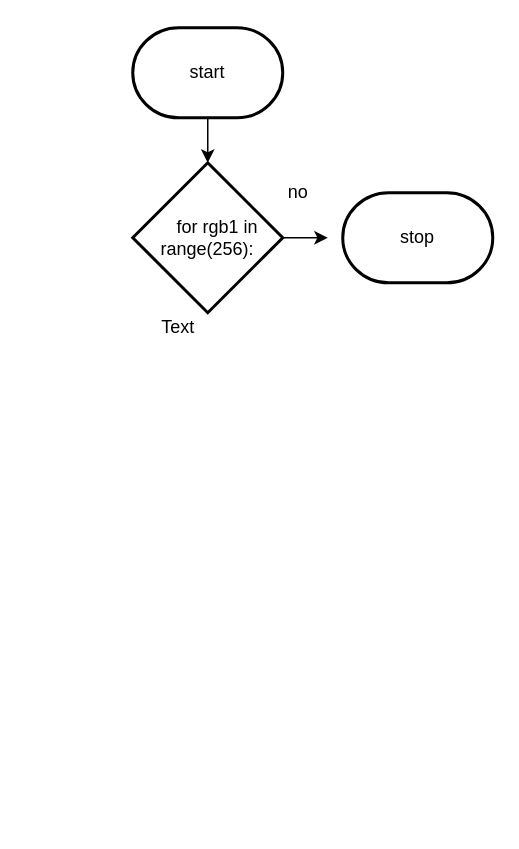
Emmanuel-Fofeyin/ICS3U-Unit4-06-Python keeps this draw.io diagram as design/flowchart.drawio. Above is the earlier version. Source tidied: cells renumbered, new cells numbered last; positions are measured from the earlier drawing's top-left corner, leaving out a move shared by most shapes. Both pictures are drawn from the tidied source at 150%, with x=0, y=0 at pixel (132, 27).
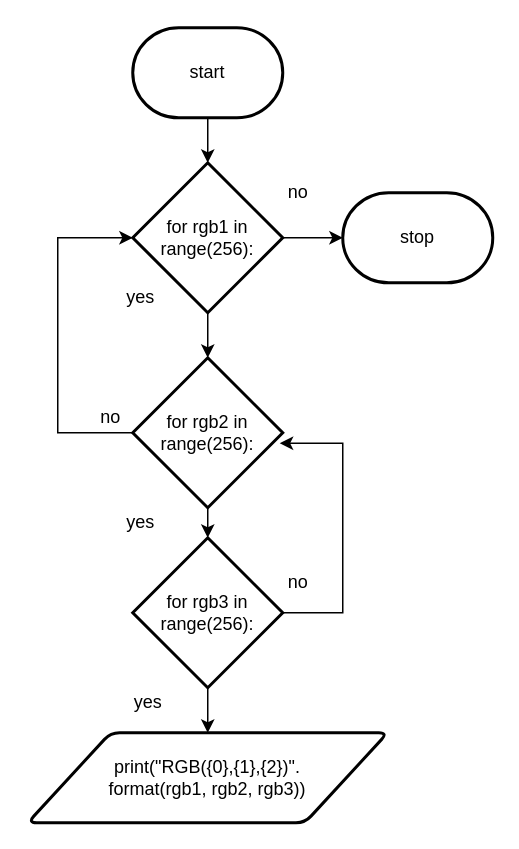
Above is the later version.

Unchanged cells that the change refers to:
```xml
<mxCell id="7" value="stop" style="strokeWidth=2;html=1;shape=mxgraph.flowchart.terminator;whiteSpace=wrap;" parent="1" vertex="1">
  <mxGeometry x="140" y="110" width="100" height="60" as="geometry" />
</mxCell>
```

What changed in the source:
```diff
@@
-    <mxCell id="4" style="edgeStyle=none;html=1;" parent="1" edge="1" source="5">
-      <mxGeometry relative="1" as="geometry">
-        <mxPoint x="130" y="140" as="targetPoint" />
-      </mxGeometry>
+    <mxCell id="4" style="edgeStyle=none;html=1;entryX=0;entryY=0.5;entryDx=0;entryDy=0;entryPerimeter=0;" parent="1" edge="1" source="5" target="7">
+      <mxGeometry relative="1" as="geometry" />
     </mxCell>
+    <mxCell id="9" style="edgeStyle=none;html=1;entryX=0.5;entryY=0;entryDx=0;entryDy=0;entryPerimeter=0;" parent="1" edge="1" source="5" target="12">
+      <mxGeometry relative="1" as="geometry">
+        <Array as="points">
+          <mxPoint x="50" y="210" />
+        </Array>
+      </mxGeometry>
+    </mxCell>
-    <mxCell id="5" value="&lt;div&gt;&amp;nbsp; &amp;nbsp; for rgb1 in range(256):&lt;/div&gt;" style="strokeWidth=2;html=1;shape=mxgraph.flowchart.decision;whiteSpace=wrap;" parent="1" vertex="1">
+    <mxCell id="5" value="&lt;div&gt;for rgb1 in range(256):&lt;/div&gt;" style="strokeWidth=2;html=1;shape=mxgraph.flowchart.decision;whiteSpace=wrap;" parent="1" vertex="1">
       <mxGeometry y="90" width="100" height="100" as="geometry" />
     </mxCell>
@@
-    <mxCell id="8" value="Text" style="text;html=1;align=center;verticalAlign=middle;strokeColor=none;fillColor=none;" parent="1" vertex="1">
-      <mxGeometry x="10" y="190" width="40" height="20" as="geometry" />
+    <mxCell id="8" value="yes" style="text;html=1;align=center;verticalAlign=middle;strokeColor=none;fillColor=none;" parent="1" vertex="1">
+      <mxGeometry x="-10" y="170" width="30" height="20" as="geometry" />
     </mxCell>
+    <mxCell id="10" style="edgeStyle=none;html=1;entryX=0;entryY=0.5;entryDx=0;entryDy=0;entryPerimeter=0;rounded=0;exitX=0;exitY=0.5;exitDx=0;exitDy=0;exitPerimeter=0;" parent="1" edge="1" source="12" target="5">
+      <mxGeometry relative="1" as="geometry">
+        <Array as="points">
+          <mxPoint x="-50" y="270" />
+          <mxPoint x="-50" y="140" />
+        </Array>
+      </mxGeometry>
+    </mxCell>
+    <mxCell id="11" style="edgeStyle=none;rounded=0;html=1;entryX=0.5;entryY=0;entryDx=0;entryDy=0;entryPerimeter=0;" parent="1" edge="1" source="12" target="17">
+      <mxGeometry relative="1" as="geometry" />
+    </mxCell>
+    <mxCell id="12" value="for rgb2 in range(256):" style="strokeWidth=2;html=1;shape=mxgraph.flowchart.decision;whiteSpace=wrap;" parent="1" vertex="1">
+      <mxGeometry y="220" width="100" height="100" as="geometry" />
+    </mxCell>
+    <mxCell id="13" value="no" style="text;html=1;align=center;verticalAlign=middle;strokeColor=none;fillColor=none;" parent="1" vertex="1">
+      <mxGeometry x="-30" y="250" width="30" height="20" as="geometry" />
+    </mxCell>
+    <mxCell id="14" value="yes" style="text;html=1;align=center;verticalAlign=middle;strokeColor=none;fillColor=none;" parent="1" vertex="1">
+      <mxGeometry x="-10" y="320" width="30" height="20" as="geometry" />
+    </mxCell>
+    <mxCell id="15" style="edgeStyle=none;rounded=0;html=1;entryX=0.98;entryY=0.57;entryDx=0;entryDy=0;entryPerimeter=0;exitX=1;exitY=0.5;exitDx=0;exitDy=0;exitPerimeter=0;" parent="1" edge="1" source="17" target="12">
+      <mxGeometry relative="1" as="geometry">
+        <Array as="points">
+          <mxPoint x="140" y="390" />
+          <mxPoint x="140" y="277" />
+        </Array>
+      </mxGeometry>
+    </mxCell>
+    <mxCell id="16" style="edgeStyle=none;rounded=0;html=1;entryX=0.5;entryY=0;entryDx=0;entryDy=0;" parent="1" edge="1" source="17" target="20">
+      <mxGeometry relative="1" as="geometry" />
+    </mxCell>
+    <mxCell id="17" value="for rgb3 in range(256):" style="strokeWidth=2;html=1;shape=mxgraph.flowchart.decision;whiteSpace=wrap;" parent="1" vertex="1">
+      <mxGeometry y="340" width="100" height="100" as="geometry" />
+    </mxCell>
+    <mxCell id="18" value="no" style="text;html=1;align=center;verticalAlign=middle;strokeColor=none;fillColor=none;" parent="1" vertex="1">
+      <mxGeometry x="95" y="360" width="30" height="20" as="geometry" />
+    </mxCell>
+    <mxCell id="19" value="yes" style="text;html=1;align=center;verticalAlign=middle;strokeColor=none;fillColor=none;" parent="1" vertex="1">
+      <mxGeometry x="-5" y="440" width="30" height="20" as="geometry" />
+    </mxCell>
+    <mxCell id="20" value="print(&quot;RGB({0},{1},{2})&quot;.&lt;br&gt;format(rgb1, rgb2, rgb3))" style="shape=parallelogram;html=1;strokeWidth=2;perimeter=parallelogramPerimeter;whiteSpace=wrap;rounded=1;arcSize=12;size=0.23;" parent="1" vertex="1">
+      <mxGeometry x="-70" y="470" width="240" height="60" as="geometry" />
+    </mxCell>
```
